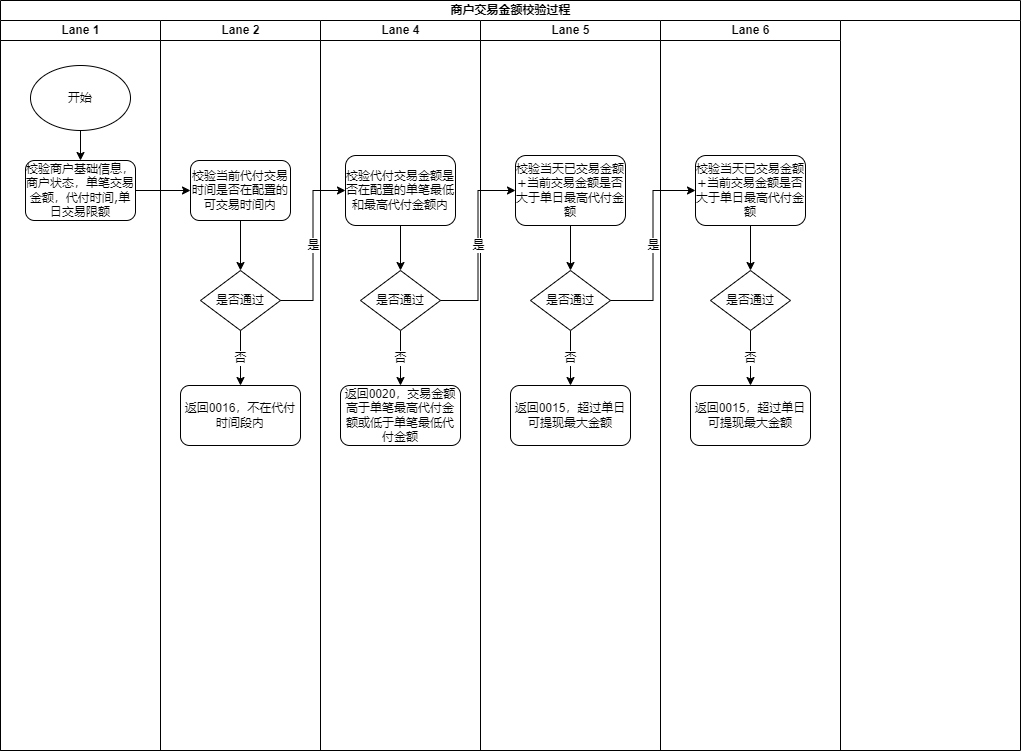
Earlier version of the draw.io export 商户交易金额校验以及手续费计算.png (songyibo2019/mydiagrams). Source tidied: cells renumbered, new cells last; positions are measured from the earlier drawing's top-left corner, leaving out a move shared by most shapes.
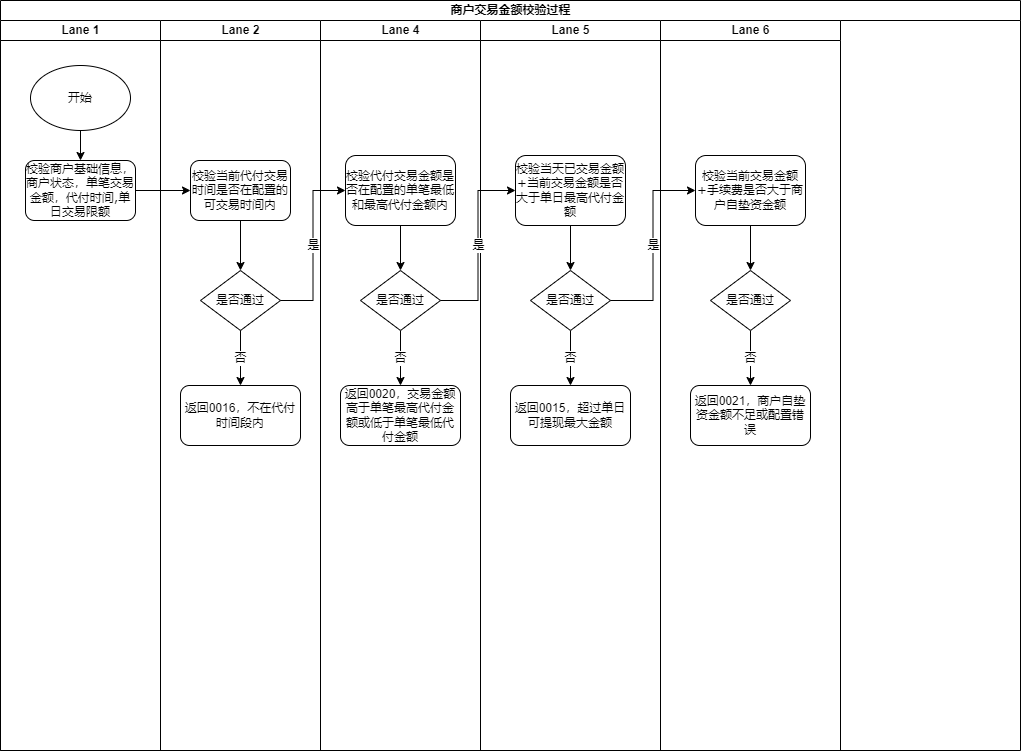
The same diagram one commit later.

Commit message:
Update 商户交易金额校验以及手续费计算.png

Diff of the diagram source:
```diff
@@ -86,7 +86,7 @@
     <mxCell id="29" style="edgeStyle=orthogonalEdgeStyle;rounded=0;jettySize=auto;html=1;exitX=0.5;exitY=1;exitDx=0;exitDy=0;" parent="28" edge="1" source="30" target="32">
       <mxGeometry relative="1" as="geometry" />
     </mxCell>
-    <mxCell id="30" value="&lt;span style=&quot;font-size: 8px&quot;&gt;校验当天已交易金额+当前交易金额是否大于单日最高代付金额&lt;/span&gt;" style="rounded=1;whiteSpace=wrap;html=1;shadow=0;labelBackgroundColor=none;strokeWidth=1;fontFamily=Verdana;fontSize=8;align=center;" parent="28" vertex="1">
+    <mxCell id="30" value="&lt;span style=&quot;font-size: 8px&quot;&gt;校验当前交易金额+手续费是否大于商户自垫资金额&lt;/span&gt;" style="rounded=1;whiteSpace=wrap;html=1;shadow=0;labelBackgroundColor=none;strokeWidth=1;fontFamily=Verdana;fontSize=8;align=center;" parent="28" vertex="1">
       <mxGeometry x="35" y="135" width="110" height="70" as="geometry" />
     </mxCell>
     <mxCell id="31" value="否" style="edgeStyle=orthogonalEdgeStyle;rounded=0;jettySize=auto;html=1;exitX=0.5;exitY=1;exitDx=0;exitDy=0;entryX=0.5;entryY=0;entryDx=0;entryDy=0;" parent="28" edge="1" source="32" target="33">
@@ -95,7 +95,7 @@
     <mxCell id="32" value="&lt;span style=&quot;font-size: 11px&quot;&gt;是否通过&lt;/span&gt;" style="rhombus;whiteSpace=wrap;html=1;rounded=0;shadow=0;labelBackgroundColor=none;strokeWidth=1;fontFamily=Verdana;fontSize=8;align=center;" parent="28" vertex="1">
       <mxGeometry x="50" y="250" width="80" height="60" as="geometry" />
     </mxCell>
-    <mxCell id="33" value="返回0015，超过单日可提现最大金额" style="rounded=1;whiteSpace=wrap;html=1;" parent="28" vertex="1">
+    <mxCell id="33" value="返回0021，商户自垫资金额不足或配置错误" style="rounded=1;whiteSpace=wrap;html=1;" parent="28" vertex="1">
       <mxGeometry x="30" y="365" width="120" height="60" as="geometry" />
     </mxCell>
     <mxCell id="34" value="是" style="edgeStyle=orthogonalEdgeStyle;rounded=0;jettySize=auto;html=1;exitX=1;exitY=0.5;exitDx=0;exitDy=0;entryX=0;entryY=0.5;entryDx=0;entryDy=0;" parent="2" edge="1" source="23" target="30">
```
